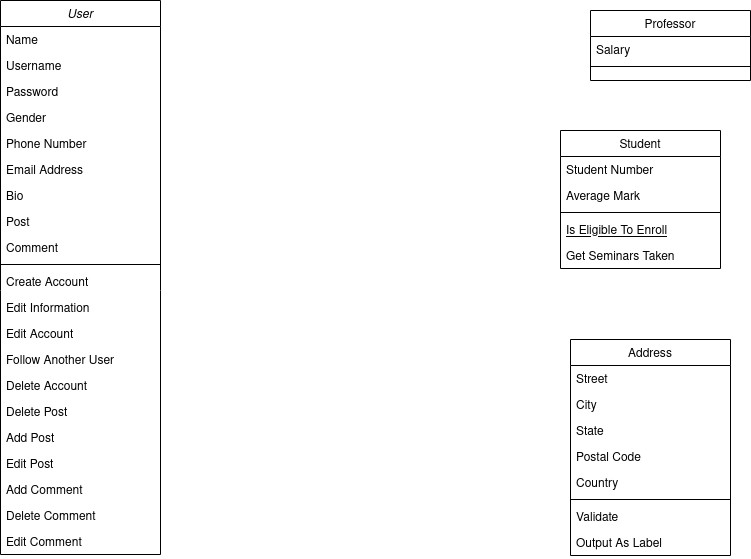
The draw.io diagram NetworkUML.drawio.png in MVBDX/social_media, before a commit. Source tidied: cells renumbered, new cells last; positions are measured from the earlier drawing's top-left corner, leaving out a move shared by most shapes.
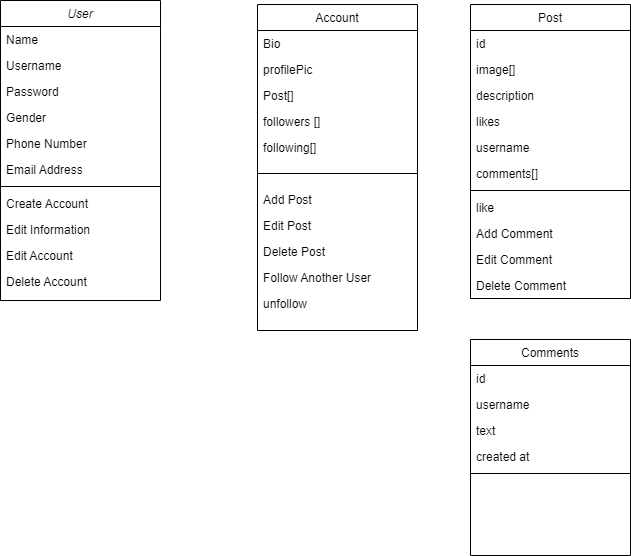
Later version of the same file.

The edit, as a diff of the source:
```diff
@@ -3,7 +3,7 @@
     <mxCell id="0" />
     <mxCell id="1" parent="0" />
     <mxCell id="2" value="User" style="swimlane;fontStyle=2;align=center;verticalAlign=top;horizontal=1;startSize=26;rounded=0;shadow=0;strokeWidth=1;" parent="1" vertex="1">
-      <mxGeometry width="160" height="554" as="geometry" />
+      <mxGeometry width="160" height="300" as="geometry" />
     </mxCell>
     <mxCell id="3" value="Name" style="text;align=left;verticalAlign=top;spacingLeft=4;spacingRight=4;overflow=hidden;" parent="2" vertex="1">
       <mxGeometry y="26" width="160" height="26" as="geometry" />
@@ -23,104 +23,110 @@
     <mxCell id="8" value="Email Address" style="text;align=left;verticalAlign=top;spacingLeft=4;spacingRight=4;overflow=hidden;rounded=0;shadow=0;html=0;" parent="2" vertex="1">
       <mxGeometry y="156" width="160" height="26" as="geometry" />
     </mxCell>
-    <mxCell id="9" value="Bio" style="text;align=left;verticalAlign=top;spacingLeft=4;spacingRight=4;overflow=hidden;rounded=0;shadow=0;html=0;" parent="2" vertex="1">
-      <mxGeometry y="182" width="160" height="26" as="geometry" />
-    </mxCell>
-    <mxCell id="10" value="Post" style="text;align=left;verticalAlign=top;spacingLeft=4;spacingRight=4;overflow=hidden;rounded=0;shadow=0;html=0;" parent="2" vertex="1">
-      <mxGeometry y="208" width="160" height="26" as="geometry" />
-    </mxCell>
-    <mxCell id="11" value="Comment" style="text;align=left;verticalAlign=top;spacingLeft=4;spacingRight=4;overflow=hidden;rounded=0;shadow=0;html=0;" parent="2" vertex="1">
-      <mxGeometry y="234" width="160" height="26" as="geometry" />
-    </mxCell>
     <mxCell id="12" style="line;html=1;strokeWidth=1;align=left;verticalAlign=middle;spacingTop=-1;spacingLeft=3;spacingRight=3;labelPosition=right;" parent="2" vertex="1">
-      <mxGeometry y="260" width="160" height="8" as="geometry" />
+      <mxGeometry y="182" width="160" height="8" as="geometry" />
     </mxCell>
     <mxCell id="13" value="Create Account" style="text;align=left;verticalAlign=top;spacingLeft=4;spacingRight=4;overflow=hidden;" parent="2" vertex="1">
-      <mxGeometry y="268" width="160" height="26" as="geometry" />
+      <mxGeometry y="190" width="160" height="26" as="geometry" />
     </mxCell>
     <mxCell id="14" value="Edit Information" style="text;align=left;verticalAlign=top;spacingLeft=4;spacingRight=4;overflow=hidden;" parent="2" vertex="1">
-      <mxGeometry y="294" width="160" height="26" as="geometry" />
+      <mxGeometry y="216" width="160" height="26" as="geometry" />
     </mxCell>
     <mxCell id="15" value="Edit Account" style="text;align=left;verticalAlign=top;spacingLeft=4;spacingRight=4;overflow=hidden;" parent="2" vertex="1">
-      <mxGeometry y="320" width="160" height="26" as="geometry" />
+      <mxGeometry y="242" width="160" height="26" as="geometry" />
     </mxCell>
-    <mxCell id="16" value="Follow Another User" style="text;align=left;verticalAlign=top;spacingLeft=4;spacingRight=4;overflow=hidden;" parent="2" vertex="1">
-      <mxGeometry y="346" width="160" height="26" as="geometry" />
-    </mxCell>
     <mxCell id="17" value="Delete Account" style="text;align=left;verticalAlign=top;spacingLeft=4;spacingRight=4;overflow=hidden;" parent="2" vertex="1">
-      <mxGeometry y="372" width="160" height="26" as="geometry" />
+      <mxGeometry y="268" width="160" height="26" as="geometry" />
     </mxCell>
-    <mxCell id="18" value="Delete Post" style="text;align=left;verticalAlign=top;spacingLeft=4;spacingRight=4;overflow=hidden;" parent="2" vertex="1">
-      <mxGeometry y="398" width="160" height="26" as="geometry" />
-    </mxCell>
+    <mxCell id="24" value="Account" style="swimlane;fontStyle=0;align=center;verticalAlign=top;horizontal=1;startSize=26;rounded=0;shadow=0;strokeWidth=1;" parent="1" vertex="1">
+      <mxGeometry x="257" y="4" width="160" height="326" as="geometry" />
+    </mxCell>
+    <mxCell id="9" value="Bio" style="text;align=left;verticalAlign=top;spacingLeft=4;spacingRight=4;overflow=hidden;rounded=0;shadow=0;html=0;" parent="24" vertex="1">
+      <mxGeometry y="26" width="160" height="26" as="geometry" />
+    </mxCell>
+    <mxCell id="42" value="profilePic" style="text;align=left;verticalAlign=top;spacingLeft=4;spacingRight=4;overflow=hidden;rounded=0;shadow=0;html=0;" parent="24" vertex="1">
+      <mxGeometry y="52" width="160" height="26" as="geometry" />
+    </mxCell>
+    <mxCell id="43" value="Post[]" style="text;align=left;verticalAlign=top;spacingLeft=4;spacingRight=4;overflow=hidden;rounded=0;shadow=0;html=0;" parent="24" vertex="1">
+      <mxGeometry y="78" width="160" height="26" as="geometry" />
+    </mxCell>
+    <mxCell id="10" value="followers []" style="text;align=left;verticalAlign=top;spacingLeft=4;spacingRight=4;overflow=hidden;rounded=0;shadow=0;html=0;" parent="24" vertex="1">
+      <mxGeometry y="104" width="160" height="26" as="geometry" />
+    </mxCell>
+    <mxCell id="44" value="following[]" style="text;align=left;verticalAlign=top;spacingLeft=4;spacingRight=4;overflow=hidden;rounded=0;shadow=0;html=0;" parent="24" vertex="1">
+      <mxGeometry y="130" width="160" height="26" as="geometry" />
+    </mxCell>
+    <mxCell id="27" style="line;html=1;strokeWidth=1;align=left;verticalAlign=middle;spacingTop=-1;spacingLeft=3;spacingRight=3;labelPosition=right;" parent="24" vertex="1">
+      <mxGeometry y="156" width="160" height="26" as="geometry" />
+    </mxCell>
-    <mxCell id="19" value="Add Post" style="text;align=left;verticalAlign=top;spacingLeft=4;spacingRight=4;overflow=hidden;" parent="2" vertex="1">
-      <mxGeometry y="424" width="160" height="26" as="geometry" />
+    <mxCell id="19" value="Add Post" style="text;align=left;verticalAlign=top;spacingLeft=4;spacingRight=4;overflow=hidden;" parent="24" vertex="1">
+      <mxGeometry y="182" width="160" height="26" as="geometry" />
     </mxCell>
-    <mxCell id="20" value="Edit Post" style="text;align=left;verticalAlign=top;spacingLeft=4;spacingRight=4;overflow=hidden;" parent="2" vertex="1">
-      <mxGeometry y="450" width="160" height="26" as="geometry" />
+    <mxCell id="20" value="Edit Post" style="text;align=left;verticalAlign=top;spacingLeft=4;spacingRight=4;overflow=hidden;" parent="24" vertex="1">
+      <mxGeometry y="208" width="160" height="26" as="geometry" />
     </mxCell>
+    <mxCell id="18" value="Delete Post" style="text;align=left;verticalAlign=top;spacingLeft=4;spacingRight=4;overflow=hidden;" parent="24" vertex="1">
+      <mxGeometry y="234" width="160" height="26" as="geometry" />
+    </mxCell>
+    <mxCell id="16" value="Follow Another User" style="text;align=left;verticalAlign=top;spacingLeft=4;spacingRight=4;overflow=hidden;" parent="24" vertex="1">
+      <mxGeometry y="260" width="160" height="26" as="geometry" />
+    </mxCell>
+    <mxCell id="45" value="unfollow" style="text;align=left;verticalAlign=top;spacingLeft=4;spacingRight=4;overflow=hidden;" parent="24" vertex="1">
+      <mxGeometry y="286" width="160" height="26" as="geometry" />
+    </mxCell>
+    <mxCell id="30" value="Post" style="swimlane;fontStyle=0;align=center;verticalAlign=top;horizontal=1;startSize=26;rounded=0;shadow=0;strokeWidth=1;" parent="1" vertex="1">
+      <mxGeometry x="470" y="4" width="160" height="294" as="geometry" />
+    </mxCell>
+    <mxCell id="46" value="id" style="text;align=left;verticalAlign=top;spacingLeft=4;spacingRight=4;overflow=hidden;" parent="30" vertex="1">
+      <mxGeometry y="26" width="160" height="26" as="geometry" />
+    </mxCell>
+    <mxCell id="31" value="image[]" style="text;align=left;verticalAlign=top;spacingLeft=4;spacingRight=4;overflow=hidden;" parent="30" vertex="1">
+      <mxGeometry y="52" width="160" height="26" as="geometry" />
+    </mxCell>
+    <mxCell id="47" value="description" style="text;align=left;verticalAlign=top;spacingLeft=4;spacingRight=4;overflow=hidden;" parent="30" vertex="1">
+      <mxGeometry y="78" width="160" height="26" as="geometry" />
+    </mxCell>
+    <mxCell id="48" value="likes" style="text;align=left;verticalAlign=top;spacingLeft=4;spacingRight=4;overflow=hidden;" parent="30" vertex="1">
+      <mxGeometry y="104" width="160" height="26" as="geometry" />
+    </mxCell>
+    <mxCell id="49" value="username" style="text;align=left;verticalAlign=top;spacingLeft=4;spacingRight=4;overflow=hidden;" parent="30" vertex="1">
+      <mxGeometry y="130" width="160" height="26" as="geometry" />
+    </mxCell>
+    <mxCell id="50" value="comments[]" style="text;align=left;verticalAlign=top;spacingLeft=4;spacingRight=4;overflow=hidden;" parent="30" vertex="1">
+      <mxGeometry y="156" width="160" height="26" as="geometry" />
+    </mxCell>
+    <mxCell id="32" style="line;html=1;strokeWidth=1;align=left;verticalAlign=middle;spacingTop=-1;spacingLeft=3;spacingRight=3;labelPosition=right;" parent="30" vertex="1">
+      <mxGeometry y="182" width="160" height="8" as="geometry" />
+    </mxCell>
+    <mxCell id="51" value="like" style="text;align=left;verticalAlign=top;spacingLeft=4;spacingRight=4;overflow=hidden;" parent="30" vertex="1">
+      <mxGeometry y="190" width="160" height="26" as="geometry" />
+    </mxCell>
-    <mxCell id="21" value="Add Comment" style="text;align=left;verticalAlign=top;spacingLeft=4;spacingRight=4;overflow=hidden;" parent="2" vertex="1">
-      <mxGeometry y="476" width="160" height="26" as="geometry" />
+    <mxCell id="21" value="Add Comment" style="text;align=left;verticalAlign=top;spacingLeft=4;spacingRight=4;overflow=hidden;" parent="30" vertex="1">
+      <mxGeometry y="216" width="160" height="26" as="geometry" />
     </mxCell>
+    <mxCell id="23" value="Edit Comment" style="text;align=left;verticalAlign=top;spacingLeft=4;spacingRight=4;overflow=hidden;" parent="30" vertex="1">
+      <mxGeometry y="242" width="160" height="26" as="geometry" />
+    </mxCell>
-    <mxCell id="22" value="Delete Comment" style="text;align=left;verticalAlign=top;spacingLeft=4;spacingRight=4;overflow=hidden;" parent="2" vertex="1">
-      <mxGeometry y="502" width="160" height="26" as="geometry" />
+    <mxCell id="22" value="Delete Comment" style="text;align=left;verticalAlign=top;spacingLeft=4;spacingRight=4;overflow=hidden;" parent="30" vertex="1">
+      <mxGeometry y="268" width="160" height="26" as="geometry" />
     </mxCell>
-    <mxCell id="23" value="Edit Comment" style="text;align=left;verticalAlign=top;spacingLeft=4;spacingRight=4;overflow=hidden;" parent="2" vertex="1">
-      <mxGeometry y="528" width="160" height="26" as="geometry" />
-    </mxCell>
-    <mxCell id="24" value="Student" style="swimlane;fontStyle=0;align=center;verticalAlign=top;horizontal=1;startSize=26;rounded=0;shadow=0;strokeWidth=1;" parent="1" vertex="1">
-      <mxGeometry x="560" y="130" width="160" height="138" as="geometry" />
-    </mxCell>
-    <mxCell id="25" value="Student Number" style="text;align=left;verticalAlign=top;spacingLeft=4;spacingRight=4;overflow=hidden;" parent="24" vertex="1">
-      <mxGeometry y="26" width="160" height="26" as="geometry" />
-    </mxCell>
-    <mxCell id="26" value="Average Mark" style="text;align=left;verticalAlign=top;spacingLeft=4;spacingRight=4;overflow=hidden;rounded=0;shadow=0;html=0;" parent="24" vertex="1">
-      <mxGeometry y="52" width="160" height="26" as="geometry" />
-    </mxCell>
-    <mxCell id="27" style="line;html=1;strokeWidth=1;align=left;verticalAlign=middle;spacingTop=-1;spacingLeft=3;spacingRight=3;labelPosition=right;" parent="24" vertex="1">
-      <mxGeometry y="78" width="160" height="8" as="geometry" />
-    </mxCell>
-    <mxCell id="28" value="Is Eligible To Enroll" style="text;align=left;verticalAlign=top;spacingLeft=4;spacingRight=4;overflow=hidden;fontStyle=4;" parent="24" vertex="1">
-      <mxGeometry y="86" width="160" height="26" as="geometry" />
-    </mxCell>
-    <mxCell id="29" value="Get Seminars Taken" style="text;align=left;verticalAlign=top;spacingLeft=4;spacingRight=4;overflow=hidden;" parent="24" vertex="1">
-      <mxGeometry y="112" width="160" height="26" as="geometry" />
-    </mxCell>
-    <mxCell id="30" value="Professor" style="swimlane;fontStyle=0;align=center;verticalAlign=top;horizontal=1;startSize=26;rounded=0;shadow=0;strokeWidth=1;" parent="1" vertex="1">
-      <mxGeometry x="590" y="10" width="160" height="70" as="geometry" />
-    </mxCell>
-    <mxCell id="31" value="Salary" style="text;align=left;verticalAlign=top;spacingLeft=4;spacingRight=4;overflow=hidden;" parent="30" vertex="1">
-      <mxGeometry y="26" width="160" height="26" as="geometry" />
-    </mxCell>
-    <mxCell id="32" style="line;html=1;strokeWidth=1;align=left;verticalAlign=middle;spacingTop=-1;spacingLeft=3;spacingRight=3;labelPosition=right;" parent="30" vertex="1">
-      <mxGeometry y="52" width="160" height="8" as="geometry" />
-    </mxCell>
-    <mxCell id="33" value="Address" style="swimlane;fontStyle=0;align=center;verticalAlign=top;horizontal=1;startSize=26;rounded=0;shadow=0;strokeWidth=1;" parent="1" vertex="1">
-      <mxGeometry x="570" y="339" width="160" height="216" as="geometry" />
+    <mxCell id="33" value="Comments" style="swimlane;fontStyle=0;align=center;verticalAlign=top;horizontal=1;startSize=26;rounded=0;shadow=0;strokeWidth=1;" parent="1" vertex="1">
+      <mxGeometry x="470" y="339" width="160" height="216" as="geometry" />
     </mxCell>
-    <mxCell id="34" value="Street" style="text;align=left;verticalAlign=top;spacingLeft=4;spacingRight=4;overflow=hidden;" parent="33" vertex="1">
+    <mxCell id="34" value="id" style="text;align=left;verticalAlign=top;spacingLeft=4;spacingRight=4;overflow=hidden;" parent="33" vertex="1">
       <mxGeometry y="26" width="160" height="26" as="geometry" />
     </mxCell>
-    <mxCell id="35" value="City" style="text;align=left;verticalAlign=top;spacingLeft=4;spacingRight=4;overflow=hidden;rounded=0;shadow=0;html=0;" parent="33" vertex="1">
+    <mxCell id="35" value="username" style="text;align=left;verticalAlign=top;spacingLeft=4;spacingRight=4;overflow=hidden;rounded=0;shadow=0;html=0;" parent="33" vertex="1">
       <mxGeometry y="52" width="160" height="26" as="geometry" />
     </mxCell>
-    <mxCell id="36" value="State" style="text;align=left;verticalAlign=top;spacingLeft=4;spacingRight=4;overflow=hidden;rounded=0;shadow=0;html=0;" parent="33" vertex="1">
+    <mxCell id="36" value="text" style="text;align=left;verticalAlign=top;spacingLeft=4;spacingRight=4;overflow=hidden;rounded=0;shadow=0;html=0;" parent="33" vertex="1">
       <mxGeometry y="78" width="160" height="26" as="geometry" />
     </mxCell>
-    <mxCell id="37" value="Postal Code" style="text;align=left;verticalAlign=top;spacingLeft=4;spacingRight=4;overflow=hidden;rounded=0;shadow=0;html=0;" parent="33" vertex="1">
+    <mxCell id="37" value="created at" style="text;align=left;verticalAlign=top;spacingLeft=4;spacingRight=4;overflow=hidden;rounded=0;shadow=0;html=0;" parent="33" vertex="1">
       <mxGeometry y="104" width="160" height="26" as="geometry" />
     </mxCell>
-    <mxCell id="38" value="Country" style="text;align=left;verticalAlign=top;spacingLeft=4;spacingRight=4;overflow=hidden;rounded=0;shadow=0;html=0;" parent="33" vertex="1">
-      <mxGeometry y="130" width="160" height="26" as="geometry" />
-    </mxCell>
     <mxCell id="39" style="line;html=1;strokeWidth=1;align=left;verticalAlign=middle;spacingTop=-1;spacingLeft=3;spacingRight=3;labelPosition=right;" parent="33" vertex="1">
-      <mxGeometry y="156" width="160" height="8" as="geometry" />
+      <mxGeometry y="130" width="160" height="8" as="geometry" />
     </mxCell>
-    <mxCell id="40" value="Validate" style="text;align=left;verticalAlign=top;spacingLeft=4;spacingRight=4;overflow=hidden;" parent="33" vertex="1">
-      <mxGeometry y="164" width="160" height="26" as="geometry" />
-    </mxCell>
-    <mxCell id="41" value="Output As Label" style="text;align=left;verticalAlign=top;spacingLeft=4;spacingRight=4;overflow=hidden;" parent="33" vertex="1">
-      <mxGeometry y="190" width="160" height="26" as="geometry" />
-    </mxCell>
   </root>
 </mxGraphModel>
```
